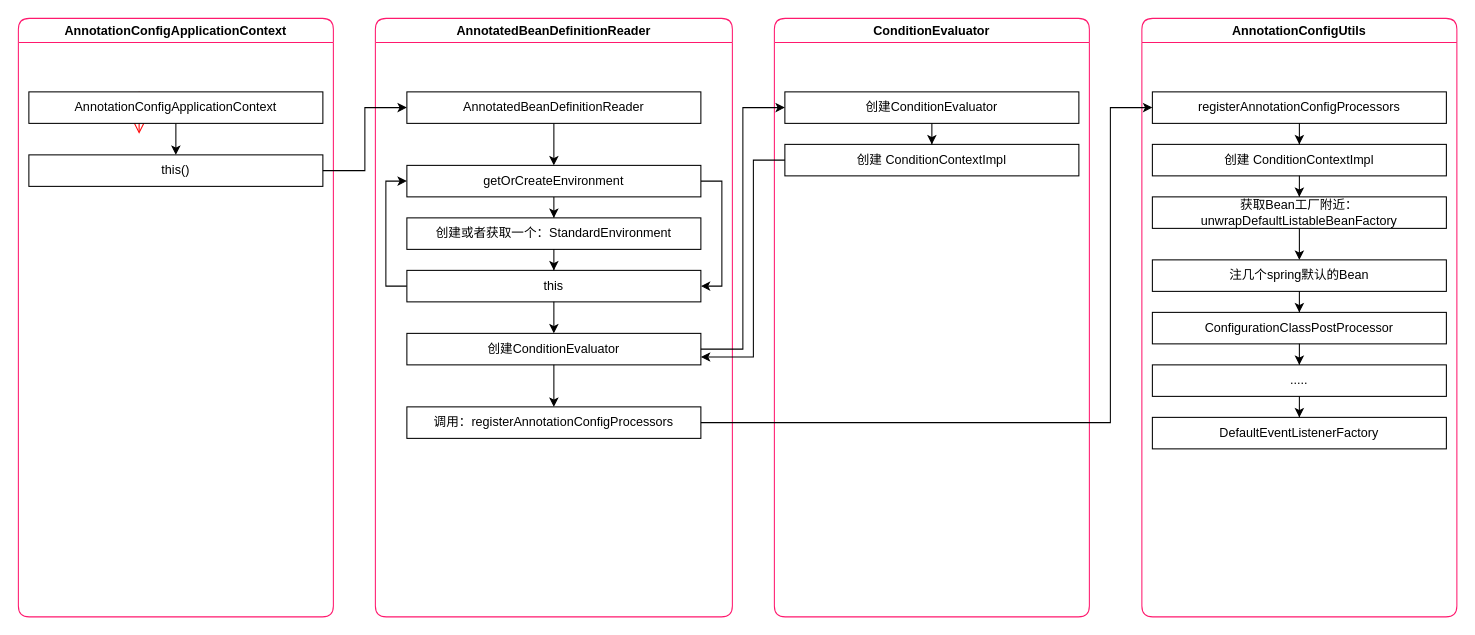
Before: spring-初始-2-AnnotatedBeanDefinitionReader.drawio in myliwenbo/Springboot, a draw.io diagram. Source tidied: cells renumbered, new cells numbered last; positions are measured from the earlier drawing's top-left corner, leaving out a move shared by most shapes. Both pictures are drawn from the tidied source at 105%, with x=0, y=0 at pixel (18, 18).
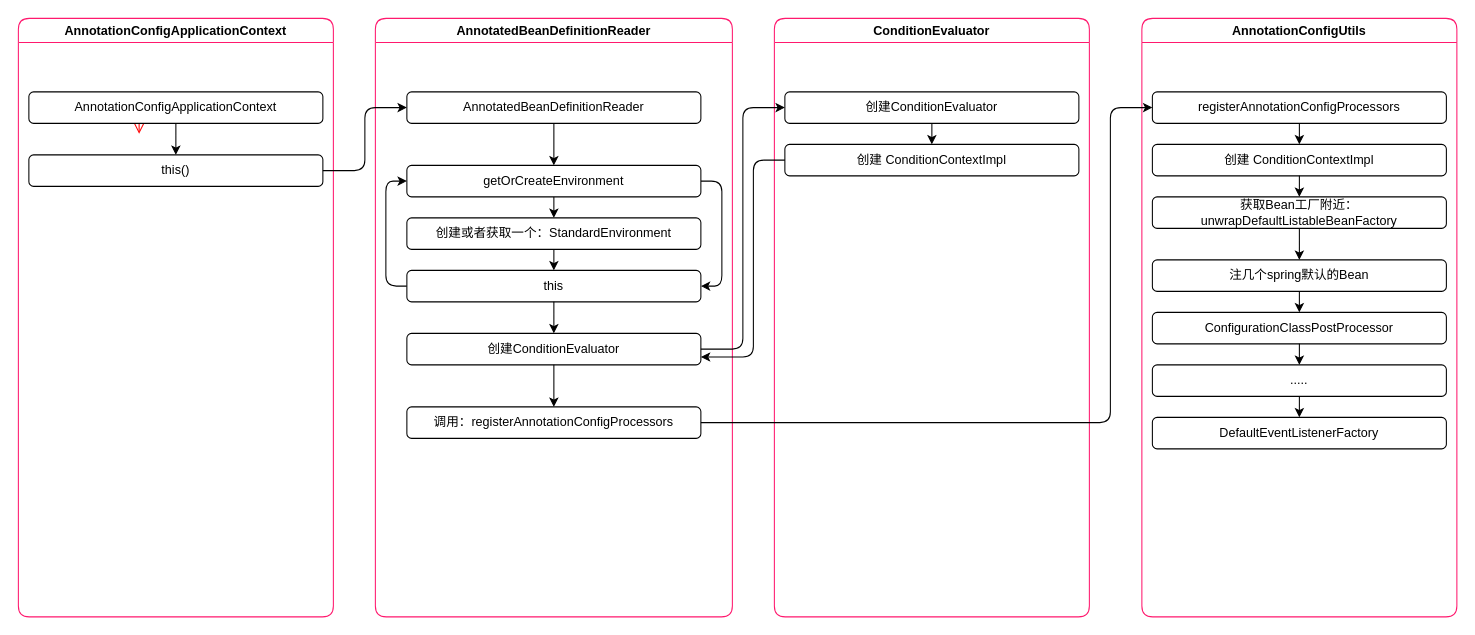
The same page after the edit.

Change to the diagram source:
```diff
@@
-    <mxCell id="2" value="ConditionEvaluator" style="swimlane;whiteSpace=wrap;swimlaneFillColor=#ffffff;rounded=1;glass=0;shadow=0;sketch=0;gradientColor=none;strokeColor=#FF196E;" parent="1" vertex="1">
+    <mxCell id="2" value="ConditionEvaluator" style="swimlane;whiteSpace=wrap;swimlaneFillColor=#ffffff;glass=0;shadow=0;gradientColor=none;strokeColor=#FF196E;rounded=1;" parent="1" vertex="1">
       <mxGeometry x="720" width="300" height="570" as="geometry" />
     </mxCell>
-    <mxCell id="3" value="创建ConditionEvaluator" style="rounded=0;whiteSpace=wrap;html=1;" parent="2" vertex="1">
+    <mxCell id="3" value="创建ConditionEvaluator" style="whiteSpace=wrap;html=1;rounded=1;" parent="2" vertex="1">
       <mxGeometry x="10" y="70" width="280" height="30" as="geometry" />
     </mxCell>
-    <mxCell id="4" value="创建&amp;nbsp;ConditionContextImpl" style="rounded=0;whiteSpace=wrap;html=1;" parent="2" vertex="1">
+    <mxCell id="4" value="创建&amp;nbsp;ConditionContextImpl" style="whiteSpace=wrap;html=1;rounded=1;" parent="2" vertex="1">
       <mxGeometry x="10" y="120" width="280" height="30" as="geometry" />
     </mxCell>
-    <mxCell id="5" style="edgeStyle=orthogonalEdgeStyle;rounded=0;jettySize=auto;html=1;" parent="2" edge="1" source="3" target="4">
+    <mxCell id="5" style="edgeStyle=orthogonalEdgeStyle;jettySize=auto;html=1;" parent="2" edge="1" source="3" target="4">
       <mxGeometry relative="1" as="geometry" />
     </mxCell>
-    <mxCell id="6" value="AnnotatedBeanDefinitionReader" style="swimlane;whiteSpace=wrap;swimlaneFillColor=#ffffff;rounded=1;glass=0;shadow=0;sketch=0;strokeColor=#FF196E;" parent="1" vertex="1">
+    <mxCell id="6" value="AnnotatedBeanDefinitionReader" style="swimlane;whiteSpace=wrap;swimlaneFillColor=#ffffff;glass=0;shadow=0;strokeColor=#FF196E;rounded=1;" parent="1" vertex="1">
       <mxGeometry x="340" width="340" height="570" as="geometry" />
     </mxCell>
-    <mxCell id="7" style="edgeStyle=orthogonalEdgeStyle;rounded=0;jettySize=auto;html=1;" parent="6" edge="1" source="9" target="10">
+    <mxCell id="7" style="edgeStyle=orthogonalEdgeStyle;jettySize=auto;html=1;" parent="6" edge="1" source="9" target="10">
       <mxGeometry relative="1" as="geometry" />
     </mxCell>
-    <mxCell id="8" style="edgeStyle=orthogonalEdgeStyle;rounded=0;jettySize=auto;html=1;entryX=1;entryY=0.5;entryDx=0;entryDy=0;" parent="6" edge="1" source="9" target="12">
+    <mxCell id="8" style="edgeStyle=orthogonalEdgeStyle;jettySize=auto;html=1;entryX=1;entryY=0.5;entryDx=0;entryDy=0;" parent="6" edge="1" source="9" target="12">
       <mxGeometry relative="1" as="geometry">
         <Array as="points">
           <mxPoint x="330" y="155" />
           <mxPoint x="330" y="255" />
         </Array>
       </mxGeometry>
     </mxCell>
-    <mxCell id="9" value="getOrCreateEnvironment" style="rounded=0;whiteSpace=wrap;html=1;" parent="6" vertex="1">
+    <mxCell id="9" value="getOrCreateEnvironment" style="whiteSpace=wrap;html=1;rounded=1;" parent="6" vertex="1">
       <mxGeometry x="30" y="140" width="280" height="30" as="geometry" />
     </mxCell>
-    <mxCell id="10" value="创建或者获取一个：StandardEnvironment" style="rounded=0;whiteSpace=wrap;html=1;" parent="6" vertex="1">
+    <mxCell id="10" value="创建或者获取一个：StandardEnvironment" style="whiteSpace=wrap;html=1;rounded=1;" parent="6" vertex="1">
       <mxGeometry x="30" y="190" width="280" height="30" as="geometry" />
     </mxCell>
-    <mxCell id="11" style="edgeStyle=orthogonalEdgeStyle;rounded=0;jettySize=auto;html=1;entryX=0;entryY=0.5;entryDx=0;entryDy=0;" parent="6" edge="1" source="12" target="9">
+    <mxCell id="11" style="edgeStyle=orthogonalEdgeStyle;jettySize=auto;html=1;entryX=0;entryY=0.5;entryDx=0;entryDy=0;" parent="6" edge="1" source="12" target="9">
       <mxGeometry relative="1" as="geometry">
         <Array as="points">
           <mxPoint x="10" y="255" />
           <mxPoint x="10" y="155" />
         </Array>
       </mxGeometry>
     </mxCell>
-    <mxCell id="12" value="this" style="rounded=0;whiteSpace=wrap;html=1;" parent="6" vertex="1">
+    <mxCell id="12" value="this" style="whiteSpace=wrap;html=1;rounded=1;" parent="6" vertex="1">
       <mxGeometry x="30" y="240" width="280" height="30" as="geometry" />
     </mxCell>
-    <mxCell id="13" style="edgeStyle=orthogonalEdgeStyle;rounded=0;jettySize=auto;html=1;" parent="6" edge="1" source="10" target="12">
+    <mxCell id="13" style="edgeStyle=orthogonalEdgeStyle;jettySize=auto;html=1;" parent="6" edge="1" source="10" target="12">
       <mxGeometry relative="1" as="geometry" />
     </mxCell>
-    <mxCell id="14" value="创建ConditionEvaluator" style="rounded=0;whiteSpace=wrap;html=1;" parent="6" vertex="1">
+    <mxCell id="14" value="创建ConditionEvaluator" style="whiteSpace=wrap;html=1;rounded=1;" parent="6" vertex="1">
       <mxGeometry x="30" y="300" width="280" height="30" as="geometry" />
     </mxCell>
-    <mxCell id="15" style="edgeStyle=orthogonalEdgeStyle;rounded=0;jettySize=auto;html=1;" parent="6" edge="1" source="12" target="14">
+    <mxCell id="15" style="edgeStyle=orthogonalEdgeStyle;jettySize=auto;html=1;" parent="6" edge="1" source="12" target="14">
       <mxGeometry relative="1" as="geometry" />
     </mxCell>
-    <mxCell id="16" value="调用：registerAnnotationConfigProcessors" style="rounded=0;whiteSpace=wrap;html=1;" parent="6" vertex="1">
+    <mxCell id="16" value="调用：registerAnnotationConfigProcessors" style="whiteSpace=wrap;html=1;rounded=1;" parent="6" vertex="1">
       <mxGeometry x="30" y="370" width="280" height="30" as="geometry" />
     </mxCell>
-    <mxCell id="17" style="edgeStyle=orthogonalEdgeStyle;rounded=0;jettySize=auto;html=1;" parent="6" edge="1" source="14" target="16">
+    <mxCell id="17" style="edgeStyle=orthogonalEdgeStyle;jettySize=auto;html=1;" parent="6" edge="1" source="14" target="16">
       <mxGeometry relative="1" as="geometry" />
     </mxCell>
-    <mxCell id="18" value="AnnotationConfigApplicationContext" style="swimlane;whiteSpace=wrap;swimlaneFillColor=#ffffff;rounded=1;glass=0;shadow=0;sketch=0;strokeColor=#FF196E;" parent="1" vertex="1">
+    <mxCell id="18" value="AnnotationConfigApplicationContext" style="swimlane;whiteSpace=wrap;swimlaneFillColor=#ffffff;glass=0;shadow=0;strokeColor=#FF196E;rounded=1;" parent="1" vertex="1">
       <mxGeometry width="300" height="570" as="geometry" />
     </mxCell>
-    <mxCell id="19" style="edgeStyle=elbowEdgeStyle;elbow=horizontal;verticalAlign=bottom;endArrow=open;endSize=8;strokeColor=#FF0000;endFill=1;rounded=0;" parent="18" edge="1">
+    <mxCell id="19" style="edgeStyle=elbowEdgeStyle;elbow=horizontal;verticalAlign=bottom;endArrow=open;endSize=8;strokeColor=#FF0000;endFill=1;" parent="18" edge="1">
       <mxGeometry x="100" y="40" as="geometry">
         <mxPoint x="115" y="70" as="sourcePoint" />
         <mxPoint x="115" y="110" as="targetPoint" />
       </mxGeometry>
     </mxCell>
-    <mxCell id="20" value="this()" style="rounded=0;whiteSpace=wrap;html=1;" parent="18" vertex="1">
+    <mxCell id="20" value="this()" style="whiteSpace=wrap;html=1;rounded=1;" parent="18" vertex="1">
       <mxGeometry x="10" y="130" width="280" height="30" as="geometry" />
     </mxCell>
-    <mxCell id="21" style="edgeStyle=orthogonalEdgeStyle;rounded=0;jettySize=auto;html=1;" parent="1" edge="1" source="22" target="20">
+    <mxCell id="21" style="edgeStyle=orthogonalEdgeStyle;jettySize=auto;html=1;" parent="1" edge="1" source="22" target="20">
       <mxGeometry relative="1" as="geometry" />
     </mxCell>
-    <mxCell id="22" value="AnnotationConfigApplicationContext" style="rounded=0;whiteSpace=wrap;html=1;" parent="1" vertex="1">
+    <mxCell id="22" value="AnnotationConfigApplicationContext" style="whiteSpace=wrap;html=1;rounded=1;" parent="1" vertex="1">
       <mxGeometry x="10" y="70" width="280" height="30" as="geometry" />
     </mxCell>
-    <mxCell id="23" style="edgeStyle=orthogonalEdgeStyle;rounded=0;jettySize=auto;html=1;entryX=0;entryY=0.5;entryDx=0;entryDy=0;" parent="1" edge="1" source="20" target="25">
+    <mxCell id="23" style="edgeStyle=orthogonalEdgeStyle;jettySize=auto;html=1;entryX=0;entryY=0.5;entryDx=0;entryDy=0;" parent="1" edge="1" source="20" target="25">
       <mxGeometry relative="1" as="geometry" />
     </mxCell>
-    <mxCell id="24" style="edgeStyle=orthogonalEdgeStyle;rounded=0;jettySize=auto;html=1;" parent="1" edge="1" source="25" target="9">
+    <mxCell id="24" style="edgeStyle=orthogonalEdgeStyle;jettySize=auto;html=1;" parent="1" edge="1" source="25" target="9">
       <mxGeometry relative="1" as="geometry" />
     </mxCell>
-    <mxCell id="25" value="AnnotatedBeanDefinitionReader" style="rounded=0;whiteSpace=wrap;html=1;" parent="1" vertex="1">
+    <mxCell id="25" value="AnnotatedBeanDefinitionReader" style="whiteSpace=wrap;html=1;rounded=1;" parent="1" vertex="1">
       <mxGeometry x="370" y="70" width="280" height="30" as="geometry" />
     </mxCell>
-    <mxCell id="26" style="edgeStyle=orthogonalEdgeStyle;rounded=0;jettySize=auto;html=1;entryX=0;entryY=0.5;entryDx=0;entryDy=0;" parent="1" edge="1" source="14" target="3">
+    <mxCell id="26" style="edgeStyle=orthogonalEdgeStyle;jettySize=auto;html=1;entryX=0;entryY=0.5;entryDx=0;entryDy=0;" parent="1" edge="1" source="14" target="3">
       <mxGeometry relative="1" as="geometry" />
     </mxCell>
-    <mxCell id="27" style="edgeStyle=orthogonalEdgeStyle;rounded=0;jettySize=auto;html=1;entryX=1;entryY=0.75;entryDx=0;entryDy=0;" parent="1" edge="1" source="4" target="14">
+    <mxCell id="27" style="edgeStyle=orthogonalEdgeStyle;jettySize=auto;html=1;entryX=1;entryY=0.75;entryDx=0;entryDy=0;" parent="1" edge="1" source="4" target="14">
       <mxGeometry relative="1" as="geometry">
         <Array as="points">
           <mxPoint x="700" y="135" />
           <mxPoint x="700" y="323" />
         </Array>
       </mxGeometry>
     </mxCell>
-    <mxCell id="28" value="AnnotationConfigUtils" style="swimlane;whiteSpace=wrap;swimlaneFillColor=#ffffff;rounded=1;glass=0;shadow=0;sketch=0;gradientColor=none;strokeColor=#FF196E;" parent="1" vertex="1">
+    <mxCell id="28" value="AnnotationConfigUtils" style="swimlane;whiteSpace=wrap;swimlaneFillColor=#ffffff;glass=0;shadow=0;gradientColor=none;strokeColor=#FF196E;rounded=1;" parent="1" vertex="1">
       <mxGeometry x="1070" width="300" height="570" as="geometry" />
     </mxCell>
-    <mxCell id="29" value="registerAnnotationConfigProcessors" style="rounded=0;whiteSpace=wrap;html=1;" parent="28" vertex="1">
+    <mxCell id="29" value="registerAnnotationConfigProcessors" style="whiteSpace=wrap;html=1;rounded=1;" parent="28" vertex="1">
       <mxGeometry x="10" y="70" width="280" height="30" as="geometry" />
     </mxCell>
-    <mxCell id="30" value="创建&amp;nbsp;ConditionContextImpl" style="rounded=0;whiteSpace=wrap;html=1;" parent="28" vertex="1">
+    <mxCell id="30" value="创建&amp;nbsp;ConditionContextImpl" style="whiteSpace=wrap;html=1;rounded=1;" parent="28" vertex="1">
       <mxGeometry x="10" y="120" width="280" height="30" as="geometry" />
     </mxCell>
-    <mxCell id="31" style="edgeStyle=orthogonalEdgeStyle;rounded=0;jettySize=auto;html=1;" parent="28" edge="1" source="29" target="30">
+    <mxCell id="31" style="edgeStyle=orthogonalEdgeStyle;jettySize=auto;html=1;" parent="28" edge="1" source="29" target="30">
       <mxGeometry relative="1" as="geometry" />
     </mxCell>
-    <mxCell id="32" value="获取Bean工厂附近：unwrapDefaultListableBeanFactory" style="rounded=0;whiteSpace=wrap;html=1;" parent="28" vertex="1">
+    <mxCell id="32" value="获取Bean工厂附近：unwrapDefaultListableBeanFactory" style="whiteSpace=wrap;html=1;rounded=1;" parent="28" vertex="1">
       <mxGeometry x="10" y="170" width="280" height="30" as="geometry" />
     </mxCell>
-    <mxCell id="33" style="edgeStyle=orthogonalEdgeStyle;rounded=0;jettySize=auto;html=1;" parent="28" edge="1" source="30" target="32">
+    <mxCell id="33" style="edgeStyle=orthogonalEdgeStyle;jettySize=auto;html=1;" parent="28" edge="1" source="30" target="32">
       <mxGeometry relative="1" as="geometry" />
     </mxCell>
-    <mxCell id="34" value="注几个spring默认的Bean" style="rounded=0;whiteSpace=wrap;html=1;" parent="28" vertex="1">
+    <mxCell id="34" value="注几个spring默认的Bean" style="whiteSpace=wrap;html=1;rounded=1;" parent="28" vertex="1">
       <mxGeometry x="10" y="230" width="280" height="30" as="geometry" />
     </mxCell>
-    <mxCell id="35" style="edgeStyle=orthogonalEdgeStyle;rounded=0;jettySize=auto;html=1;" parent="28" edge="1" source="32" target="34">
+    <mxCell id="35" style="edgeStyle=orthogonalEdgeStyle;jettySize=auto;html=1;" parent="28" edge="1" source="32" target="34">
       <mxGeometry relative="1" as="geometry" />
     </mxCell>
-    <mxCell id="36" value="ConfigurationClassPostProcessor" style="rounded=0;whiteSpace=wrap;html=1;" parent="28" vertex="1">
+    <mxCell id="36" value="ConfigurationClassPostProcessor" style="whiteSpace=wrap;html=1;rounded=1;" parent="28" vertex="1">
       <mxGeometry x="10" y="280" width="280" height="30" as="geometry" />
     </mxCell>
-    <mxCell id="37" style="edgeStyle=orthogonalEdgeStyle;rounded=0;jettySize=auto;html=1;" parent="28" edge="1" source="34" target="36">
+    <mxCell id="37" style="edgeStyle=orthogonalEdgeStyle;jettySize=auto;html=1;" parent="28" edge="1" source="34" target="36">
       <mxGeometry relative="1" as="geometry" />
     </mxCell>
-    <mxCell id="38" value="....." style="rounded=0;whiteSpace=wrap;html=1;" parent="28" vertex="1">
+    <mxCell id="38" value="....." style="whiteSpace=wrap;html=1;rounded=1;" parent="28" vertex="1">
       <mxGeometry x="10" y="330" width="280" height="30" as="geometry" />
     </mxCell>
-    <mxCell id="39" style="edgeStyle=orthogonalEdgeStyle;rounded=0;jettySize=auto;html=1;" parent="28" edge="1" source="36" target="38">
+    <mxCell id="39" style="edgeStyle=orthogonalEdgeStyle;jettySize=auto;html=1;" parent="28" edge="1" source="36" target="38">
       <mxGeometry relative="1" as="geometry" />
     </mxCell>
-    <mxCell id="40" value="DefaultEventListenerFactory" style="rounded=0;whiteSpace=wrap;html=1;" parent="28" vertex="1">
+    <mxCell id="40" value="DefaultEventListenerFactory" style="whiteSpace=wrap;html=1;rounded=1;" parent="28" vertex="1">
       <mxGeometry x="10" y="380" width="280" height="30" as="geometry" />
     </mxCell>
-    <mxCell id="41" style="edgeStyle=orthogonalEdgeStyle;rounded=0;jettySize=auto;html=1;" parent="28" edge="1" source="38" target="40">
+    <mxCell id="41" style="edgeStyle=orthogonalEdgeStyle;jettySize=auto;html=1;" parent="28" edge="1" source="38" target="40">
       <mxGeometry relative="1" as="geometry" />
     </mxCell>
-    <mxCell id="42" style="edgeStyle=orthogonalEdgeStyle;rounded=0;jettySize=auto;html=1;entryX=0;entryY=0.5;entryDx=0;entryDy=0;" parent="1" edge="1" source="16" target="29">
+    <mxCell id="42" style="edgeStyle=orthogonalEdgeStyle;jettySize=auto;html=1;entryX=0;entryY=0.5;entryDx=0;entryDy=0;" parent="1" edge="1" source="16" target="29">
       <mxGeometry relative="1" as="geometry">
         <Array as="points">
           <mxPoint x="1040" y="385" />
           <mxPoint x="1040" y="85" />
         </Array>
       </mxGeometry>
     </mxCell>
```
